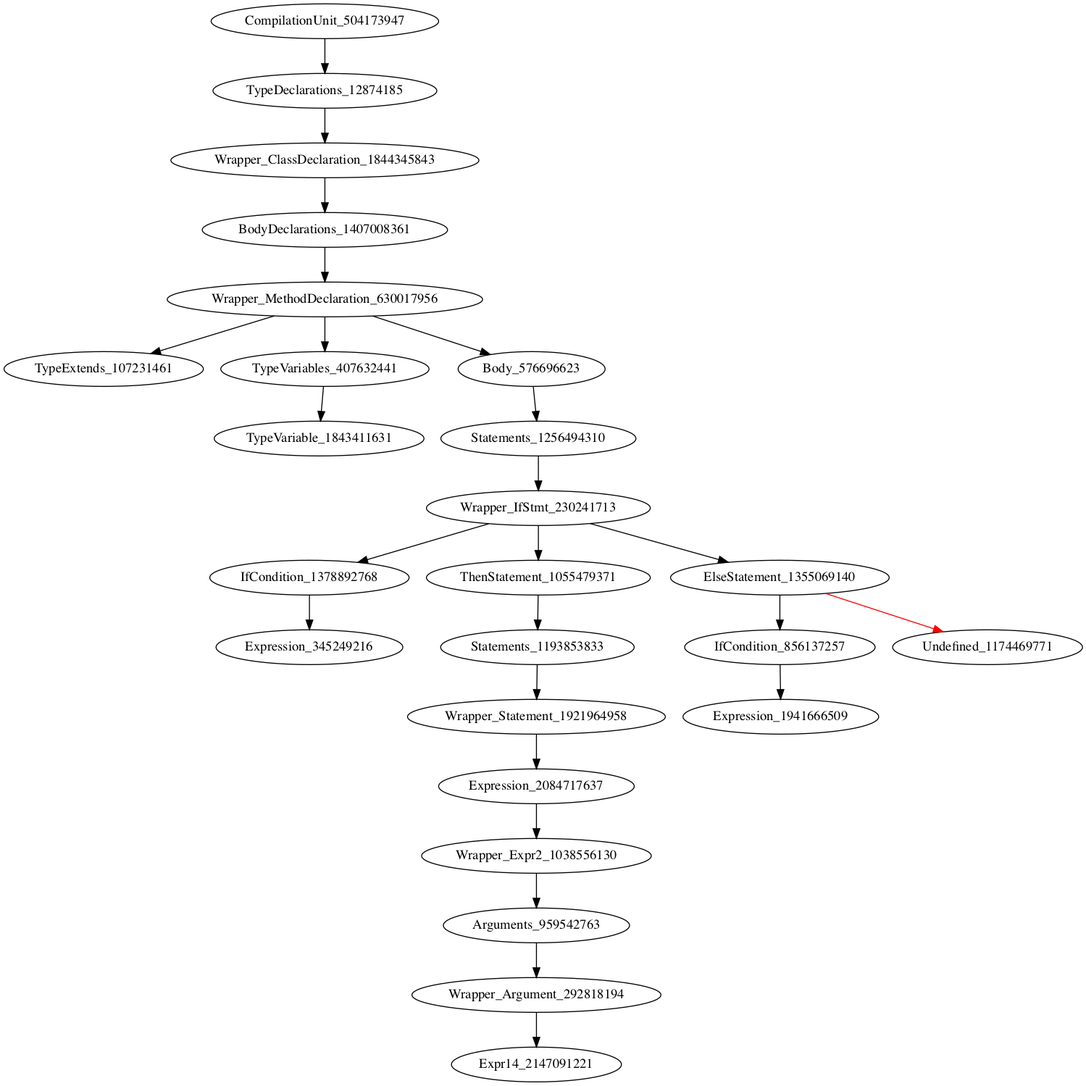
Above: holeAST.png in icse2023material/VoiceJava (Graphviz), before the change. Its source is kept beside it as holeAST.dot.
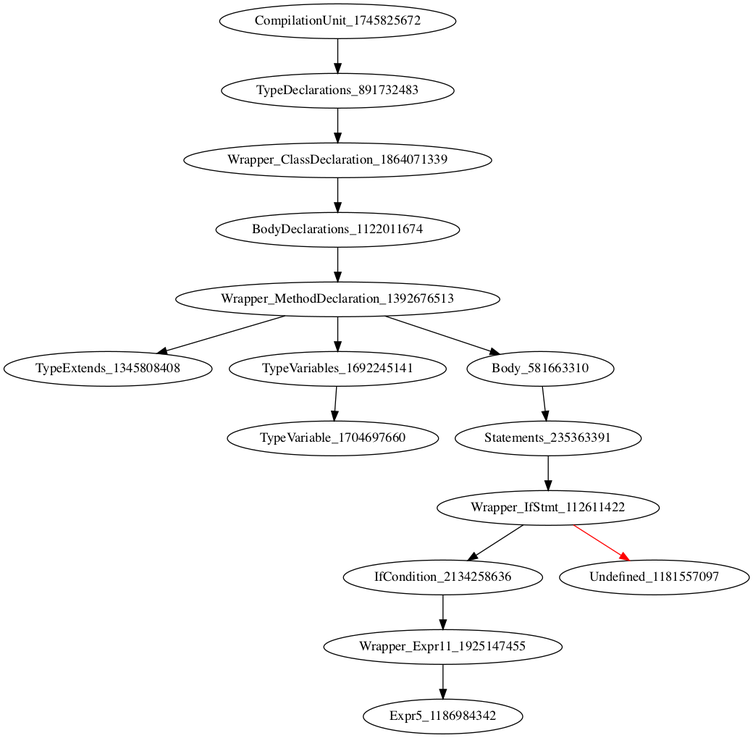
After the change.

Diff of the diagram source:
```diff
@@ -1,16 +1,16 @@
 digraph {
-CompilationUnit_916456328 -> TypeDeclarations_21824223
-TypeDeclarations_21824223 -> Wrapper_ClassDeclaration_13425078
-Wrapper_ClassDeclaration_13425078 -> BodyDeclarations_1142885584
-BodyDeclarations_1142885584 -> Wrapper_MethodDeclaration_1922431896
-Wrapper_MethodDeclaration_1922431896 -> TypeExtends_463951087
-Wrapper_MethodDeclaration_1922431896 -> TypeVariables_2109751108
-Wrapper_MethodDeclaration_1922431896 -> Body_1090897312
-TypeVariables_2109751108 -> TypeVariable_479309603
-Body_1090897312 -> Statements_1034977394
-Statements_1034977394 -> Wrapper_IfStmt_1106682527
-Wrapper_IfStmt_1106682527 -> IfCondition_774981572
-Wrapper_IfStmt_1106682527 -> Undefined_1061686678 [color = red]
-IfCondition_774981572 -> Wrapper_Expr11_105031965
-Wrapper_Expr11_105031965 -> Expr5_1918107920
+CompilationUnit_1745825672 -> TypeDeclarations_891732483
+TypeDeclarations_891732483 -> Wrapper_ClassDeclaration_1864071339
+Wrapper_ClassDeclaration_1864071339 -> BodyDeclarations_1122011674
+BodyDeclarations_1122011674 -> Wrapper_MethodDeclaration_1392676513
+Wrapper_MethodDeclaration_1392676513 -> TypeExtends_1345808408
+Wrapper_MethodDeclaration_1392676513 -> TypeVariables_1692245141
+Wrapper_MethodDeclaration_1392676513 -> Body_581663310
+TypeVariables_1692245141 -> TypeVariable_1704697660
+Body_581663310 -> Statements_235363391
+Statements_235363391 -> Wrapper_IfStmt_112611422
+Wrapper_IfStmt_112611422 -> IfCondition_2134258636
+Wrapper_IfStmt_112611422 -> Undefined_1181557097 [color = red]
+IfCondition_2134258636 -> Wrapper_Expr11_1925147455
+Wrapper_Expr11_1925147455 -> Expr5_1186984342
 }
```
